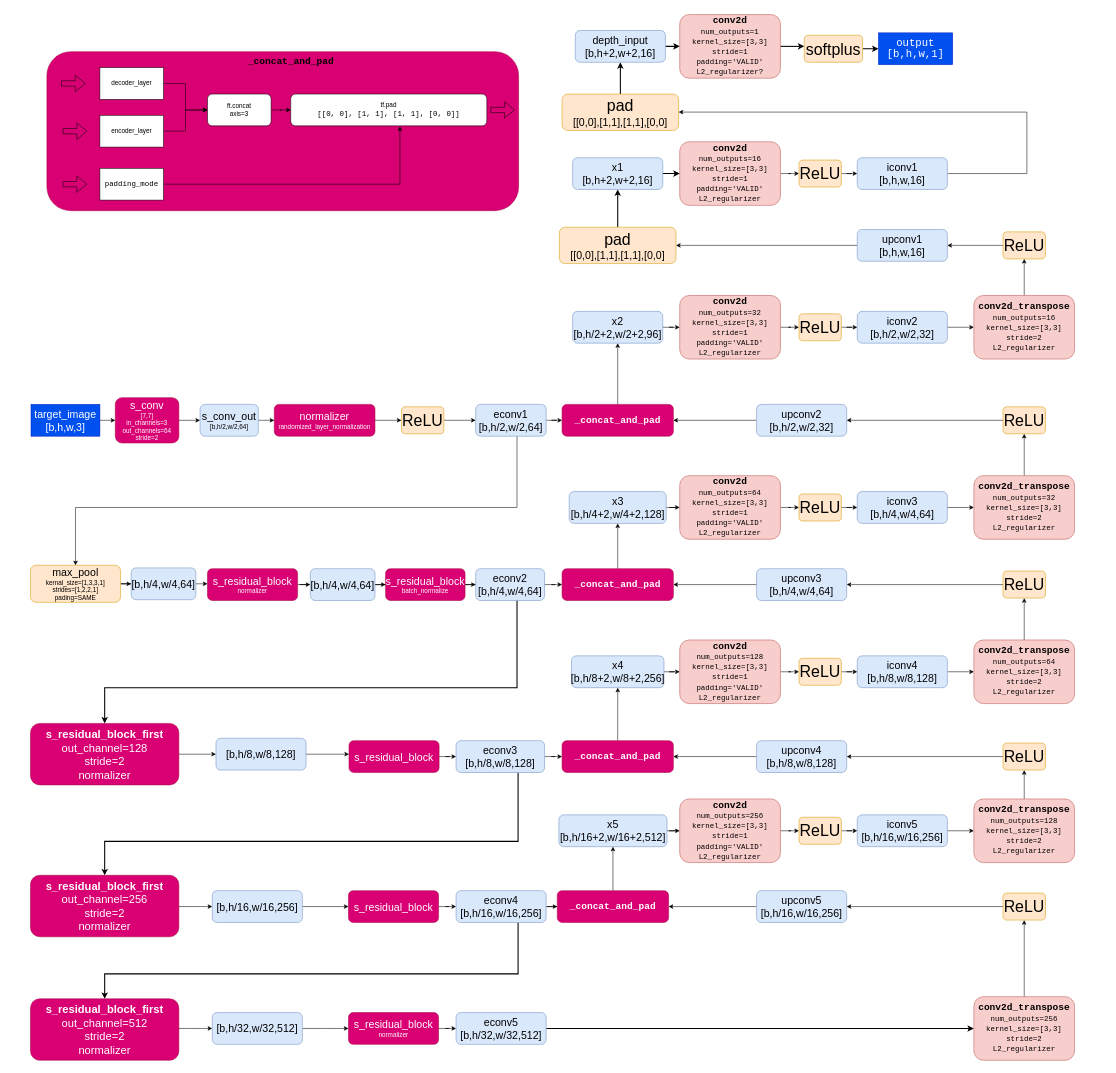
This is page "DepthNet" (4 of 6) of doc/figs/EvisionNet.drawio from jiafeng5513/EvisionNet, a draw.io file, before an edit. Source tidied: cells renumbered, new cells numbered last; positions are measured from the earlier drawing's top-left corner, leaving out a move shared by most shapes. Both pictures are drawn from the tidied source at 53%, with x=0, y=0 at pixel (30, 14).
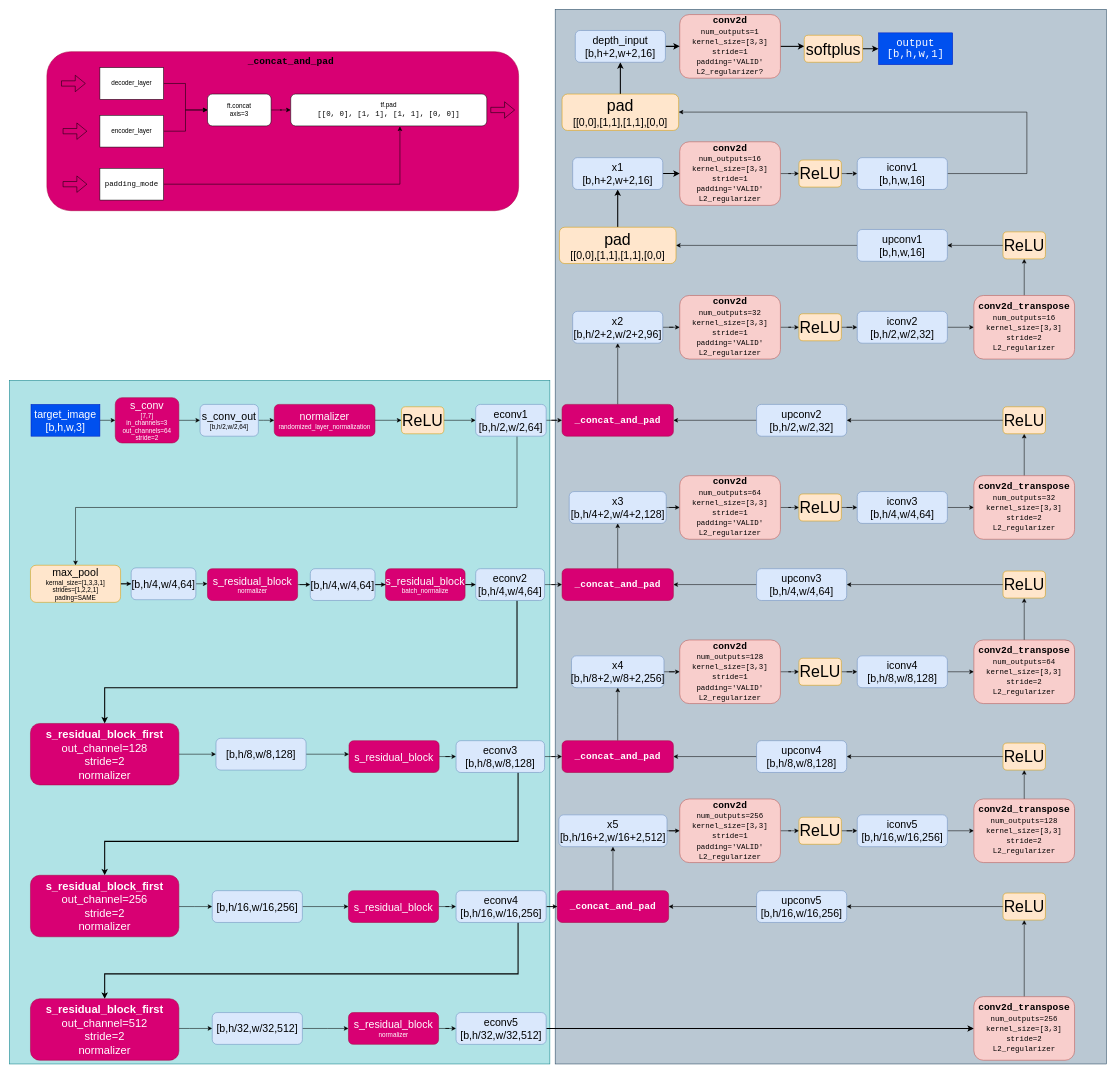
Above is the later version.

Diff of the diagram source:
```diff
@@
+    <mxCell id="158" style="rounded=0;whiteSpace=wrap;html=1;fillColor=#bac8d3;strokeColor=#23445d;" parent="1" vertex="1">
+      <mxGeometry x="990" y="-10" width="1040" height="1990" as="geometry" />
+    </mxCell>
+    <mxCell id="159" style="rounded=0;whiteSpace=wrap;html=1;fillColor=#b0e3e6;strokeColor=#0e8088;" parent="1" vertex="1">
+      <mxGeometry x="-40" y="690" width="1020" height="1290" as="geometry" />
+    </mxCell>
```
